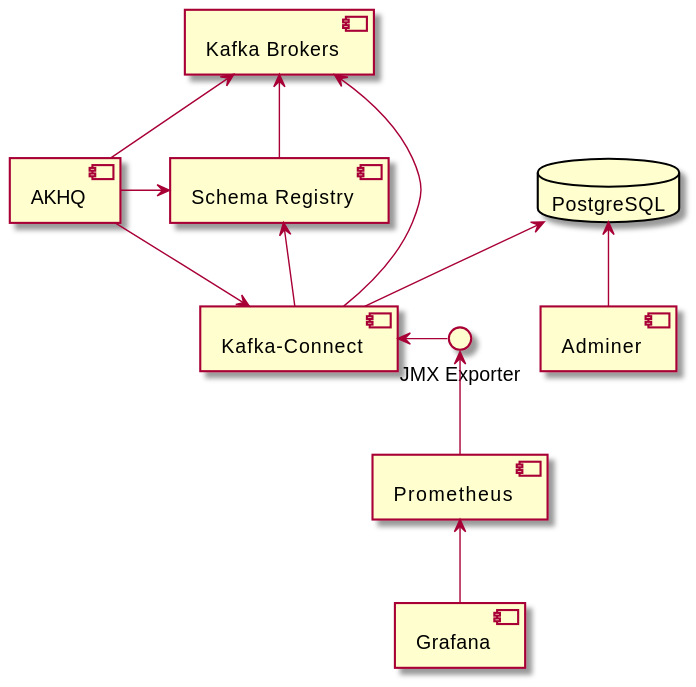
The PlantUML diagram images/diagram.svg in timtebeek/production-ready-kafka-connect, before a commit.
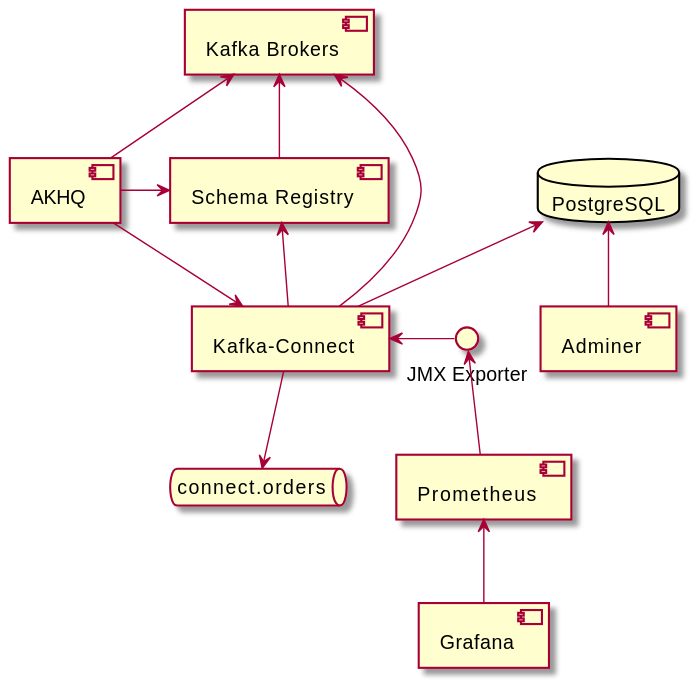
After the change.

Commit message:
Update diagram to show topic

Change to the diagram source:
```diff
@@ -13,6 +13,8 @@
 component prometheus as "Prometheus"
 component grafana as "Grafana"
 
+queue connect.orders
+
 kafka_brokers <-- schema_registry
 
 postgresql <-- adminer
@@ -25,6 +27,8 @@
 akhq -> schema_registry
 akhq --> kafka_connect
 
+kafka_connect --> connect.orders
+
 jmx_exporter <-- prometheus
 prometheus <-- grafana
 @enduml
```
